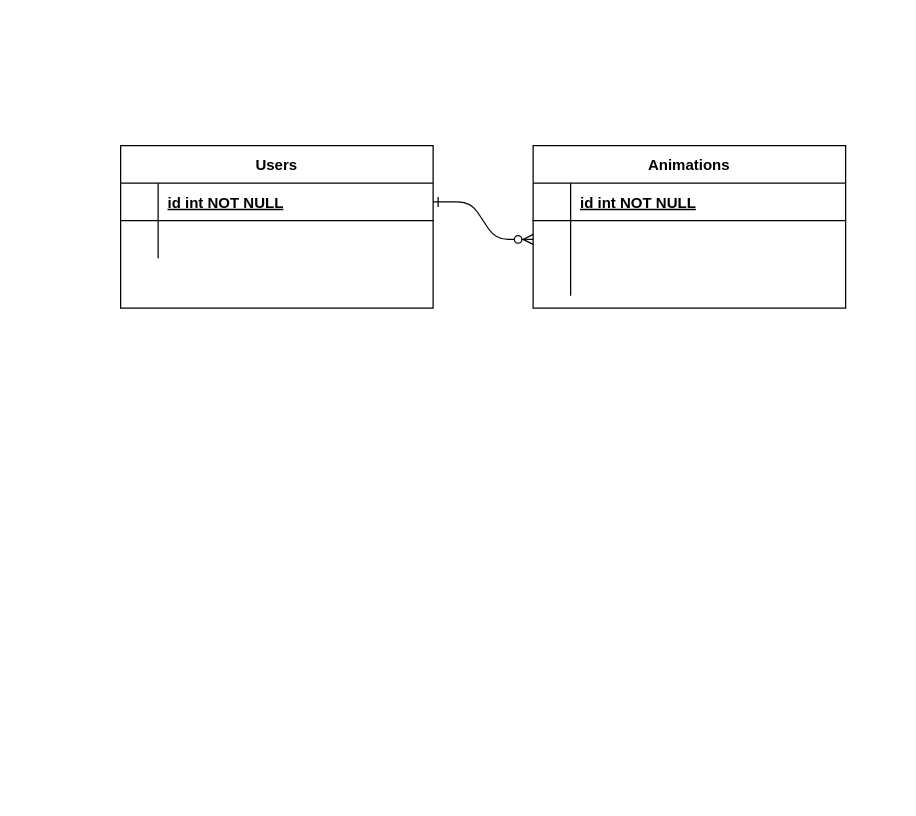
This is diagram/er.drawio from yiRMT/Onomation-Backend, a draw.io file, before an edit. Source tidied: cells renumbered, new cells numbered last; positions are measured from the earlier drawing's top-left corner, leaving out a move shared by most shapes. Both pictures are drawn from the tidied source at 125%, with x=0, y=0 at pixel (120, 145).
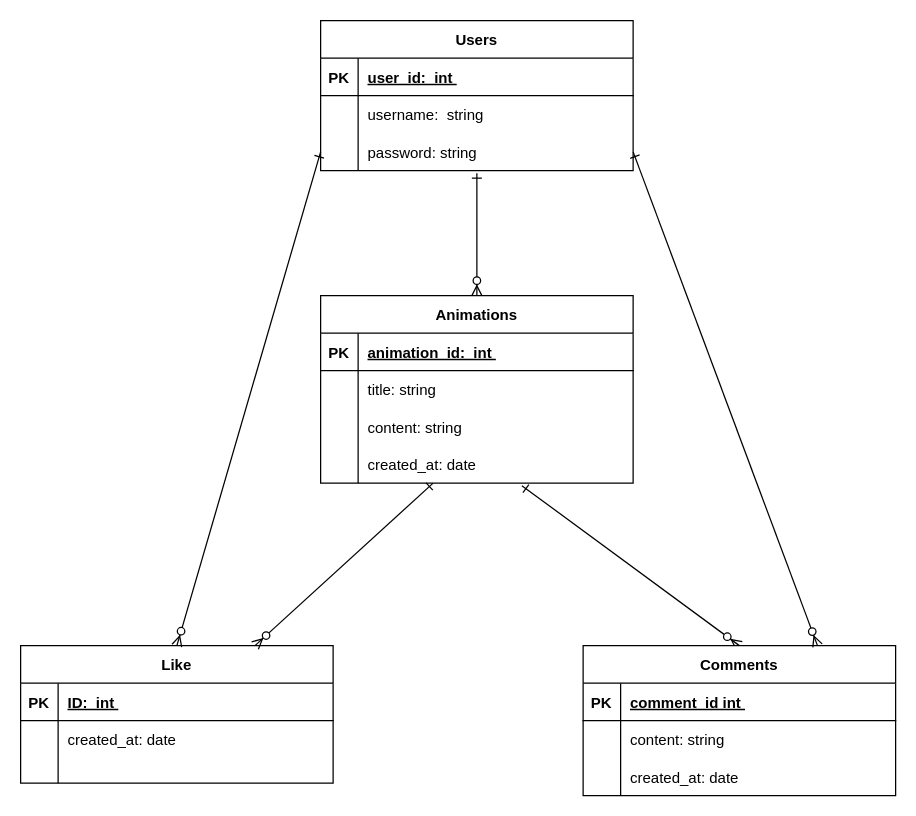
After the change.

Diff of the diagram source:
```diff
@@
-    <mxCell id="2" style="edgeStyle=entityRelationEdgeStyle;endArrow=ERzeroToMany;startArrow=ERone;endFill=1;startFill=0;" parent="1" edge="1" source="14" target="7">
-      <mxGeometry relative="1" as="geometry" />
-    </mxCell>
+    <mxCell id="20" style="endArrow=ERzeroToMany;startArrow=ERone;endFill=1;startFill=0;entryX=0.5;entryY=0;entryDx=0;entryDy=0;exitX=0.5;exitY=1.067;exitDx=0;exitDy=0;exitPerimeter=0;" parent="1" edge="1" source="50" target="3">
+      <mxGeometry relative="1" as="geometry" />
+    </mxCell>
+    <mxCell id="21" style="endArrow=ERzeroToMany;startArrow=ERone;endFill=1;startFill=0;entryX=0.5;entryY=0;entryDx=0;entryDy=0;exitX=0.644;exitY=1.067;exitDx=0;exitDy=0;exitPerimeter=0;" parent="1" edge="1" source="31" target="34">
+      <mxGeometry relative="1" as="geometry" />
+    </mxCell>
     <mxCell id="3" value="Animations" style="shape=table;startSize=30;childLayout=tableLayout;rowLines=0;fontStyle=1;align=center;" parent="1" vertex="1">
-      <mxGeometry x="330" width="250" height="130" as="geometry" />
+      <mxGeometry x="160" y="120" width="250" height="150" as="geometry" />
     </mxCell>
-    <mxCell id="4" style="shape=partialRectangle;fillColor=none;top=0;left=0;right=0;bottom=1;" parent="3" vertex="1">
-      <mxGeometry y="30" width="250" height="30" as="geometry" />
-    </mxCell>
-    <mxCell id="5" style="shape=partialRectangle;overflow=hidden;fillColor=none;top=0;left=0;bottom=0;right=0;fontStyle=1;" parent="4" vertex="1">
-      <mxGeometry width="30" height="30" as="geometry" />
-    </mxCell>
-    <mxCell id="6" value="id int NOT NULL " style="shape=partialRectangle;overflow=hidden;fillColor=none;top=0;left=0;bottom=0;right=0;align=left;spacingLeft=6;fontStyle=5;" parent="4" vertex="1">
-      <mxGeometry x="30" width="220" height="30" as="geometry" />
-    </mxCell>
-    <mxCell id="7" style="shape=partialRectangle;fillColor=none;points=[[0,0.5],[1,0.5]];portConstraint=eastwest;top=0;left=0;right=0;bottom=0;" parent="3" vertex="1">
-      <mxGeometry y="60" width="250" height="30" as="geometry" />
-    </mxCell>
-    <mxCell id="8" style="shape=partialRectangle;overflow=hidden;fillColor=none;top=0;left=0;bottom=0;right=0;" parent="7" vertex="1">
-      <mxGeometry width="30" height="30" as="geometry" />
-    </mxCell>
-    <mxCell id="9" style="shape=partialRectangle;overflow=hidden;fillColor=none;top=0;left=0;bottom=0;right=0;align=left;spacingLeft=6;" parent="7" vertex="1">
-      <mxGeometry x="30" width="220" height="30" as="geometry" />
-    </mxCell>
-    <mxCell id="10" style="shape=partialRectangle;fillColor=none;top=0;left=0;right=0;bottom=0;" parent="3" vertex="1">
-      <mxGeometry y="90" width="250" height="30" as="geometry" />
-    </mxCell>
-    <mxCell id="11" style="shape=partialRectangle;overflow=hidden;fillColor=none;top=0;left=0;bottom=0;right=0;" parent="10" vertex="1">
-      <mxGeometry width="30" height="30" as="geometry" />
-    </mxCell>
-    <mxCell id="12" style="shape=partialRectangle;overflow=hidden;fillColor=none;top=0;left=0;bottom=0;right=0;align=left;spacingLeft=6;" parent="10" vertex="1">
-      <mxGeometry x="30" width="220" height="30" as="geometry" />
-    </mxCell>
+    <mxCell id="22" style="shape=partialRectangle;fillColor=none;top=0;left=0;right=0;bottom=1;" parent="3" vertex="1">
+      <mxGeometry y="30" width="250" height="30" as="geometry" />
+    </mxCell>
+    <mxCell id="23" value="PK" style="shape=partialRectangle;overflow=hidden;fillColor=none;top=0;left=0;bottom=0;right=0;fontStyle=1;" parent="22" vertex="1">
+      <mxGeometry width="30" height="30" as="geometry" />
+    </mxCell>
+    <mxCell id="24" value="animation_id:  int " style="shape=partialRectangle;overflow=hidden;fillColor=none;top=0;left=0;bottom=0;right=0;align=left;spacingLeft=6;fontStyle=5;" parent="22" vertex="1">
+      <mxGeometry x="30" width="220" height="30" as="geometry" />
+    </mxCell>
+    <mxCell id="25" style="shape=partialRectangle;fillColor=none;top=0;left=0;right=0;bottom=0;" parent="3" vertex="1">
+      <mxGeometry y="60" width="250" height="30" as="geometry" />
+    </mxCell>
+    <mxCell id="26" style="shape=partialRectangle;overflow=hidden;fillColor=none;top=0;left=0;bottom=0;right=0;" parent="25" vertex="1">
+      <mxGeometry width="30" height="30" as="geometry" />
+    </mxCell>
+    <mxCell id="27" value="title: string" style="shape=partialRectangle;overflow=hidden;fillColor=none;top=0;left=0;bottom=0;right=0;align=left;spacingLeft=6;" parent="25" vertex="1">
+      <mxGeometry x="30" width="220" height="30" as="geometry" />
+    </mxCell>
+    <mxCell id="28" style="shape=partialRectangle;fillColor=none;top=0;left=0;right=0;bottom=0;" parent="3" vertex="1">
+      <mxGeometry y="90" width="250" height="30" as="geometry" />
+    </mxCell>
+    <mxCell id="29" style="shape=partialRectangle;overflow=hidden;fillColor=none;top=0;left=0;bottom=0;right=0;" parent="28" vertex="1">
+      <mxGeometry width="30" height="30" as="geometry" />
+    </mxCell>
+    <mxCell id="30" value="content: string" style="shape=partialRectangle;overflow=hidden;fillColor=none;top=0;left=0;bottom=0;right=0;align=left;spacingLeft=6;" parent="28" vertex="1">
+      <mxGeometry x="30" width="220" height="30" as="geometry" />
+    </mxCell>
+    <mxCell id="31" style="shape=partialRectangle;fillColor=none;points=[[0,0.5],[1,0.5]];portConstraint=eastwest;top=0;left=0;right=0;bottom=0;" parent="3" vertex="1">
+      <mxGeometry y="120" width="250" height="30" as="geometry" />
+    </mxCell>
+    <mxCell id="32" style="shape=partialRectangle;overflow=hidden;fillColor=none;top=0;left=0;bottom=0;right=0;" parent="31" vertex="1">
+      <mxGeometry width="30" height="30" as="geometry" />
+    </mxCell>
+    <mxCell id="33" value="created_at: date " style="shape=partialRectangle;overflow=hidden;fillColor=none;top=0;left=0;bottom=0;right=0;align=left;spacingLeft=6;" parent="31" vertex="1">
+      <mxGeometry x="30" width="220" height="30" as="geometry" />
+    </mxCell>
+    <mxCell id="34" value="Comments" style="shape=table;startSize=30;childLayout=tableLayout;rowLines=0;fontStyle=1;align=center;" parent="1" vertex="1">
+      <mxGeometry x="370" y="400" width="250" height="120" as="geometry" />
+    </mxCell>
+    <mxCell id="35" style="shape=partialRectangle;fillColor=none;top=0;left=0;right=0;bottom=1;" parent="34" vertex="1">
+      <mxGeometry y="30" width="250" height="30" as="geometry" />
+    </mxCell>
+    <mxCell id="36" value="PK" style="shape=partialRectangle;overflow=hidden;fillColor=none;top=0;left=0;bottom=0;right=0;fontStyle=1;" parent="35" vertex="1">
+      <mxGeometry width="30" height="30" as="geometry" />
+    </mxCell>
+    <mxCell id="37" value="comment_id int " style="shape=partialRectangle;overflow=hidden;fillColor=none;top=0;left=0;bottom=0;right=0;align=left;spacingLeft=6;fontStyle=5;" parent="35" vertex="1">
+      <mxGeometry x="30" width="220" height="30" as="geometry" />
+    </mxCell>
+    <mxCell id="38" style="shape=partialRectangle;fillColor=none;top=0;left=0;right=0;bottom=0;" parent="34" vertex="1">
+      <mxGeometry y="60" width="250" height="30" as="geometry" />
+    </mxCell>
+    <mxCell id="39" style="shape=partialRectangle;overflow=hidden;fillColor=none;top=0;left=0;bottom=0;right=0;" parent="38" vertex="1">
+      <mxGeometry width="30" height="30" as="geometry" />
+    </mxCell>
+    <mxCell id="40" value="content: string" style="shape=partialRectangle;overflow=hidden;fillColor=none;top=0;left=0;bottom=0;right=0;align=left;spacingLeft=6;" parent="38" vertex="1">
+      <mxGeometry x="30" width="220" height="30" as="geometry" />
+    </mxCell>
+    <mxCell id="41" style="shape=partialRectangle;fillColor=none;top=0;left=0;right=0;bottom=0;" parent="34" vertex="1">
+      <mxGeometry y="90" width="250" height="30" as="geometry" />
+    </mxCell>
+    <mxCell id="42" style="shape=partialRectangle;overflow=hidden;fillColor=none;top=0;left=0;bottom=0;right=0;" parent="41" vertex="1">
+      <mxGeometry width="30" height="30" as="geometry" />
+    </mxCell>
+    <mxCell id="43" value="created_at: date " style="shape=partialRectangle;overflow=hidden;fillColor=none;top=0;left=0;bottom=0;right=0;align=left;spacingLeft=6;" parent="41" vertex="1">
+      <mxGeometry x="30" width="220" height="30" as="geometry" />
+    </mxCell>
     <mxCell id="13" value="Users" style="shape=table;startSize=30;childLayout=tableLayout;rowLines=0;fontStyle=1;align=center;" parent="1" vertex="1">
-      <mxGeometry width="250" height="130" as="geometry" />
+      <mxGeometry x="160" y="-100" width="250" height="120" as="geometry" />
     </mxCell>
-    <mxCell id="14" style="shape=partialRectangle;fillColor=none;points=[[0,0.5],[1,0.5]];portConstraint=eastwest;top=0;left=0;right=0;bottom=1;" parent="13" vertex="1">
-      <mxGeometry y="30" width="250" height="30" as="geometry" />
-    </mxCell>
-    <mxCell id="15" style="shape=partialRectangle;overflow=hidden;fillColor=none;top=0;left=0;bottom=0;right=0;fontStyle=1;" parent="14" vertex="1">
-      <mxGeometry width="30" height="30" as="geometry" />
-    </mxCell>
-    <mxCell id="16" value="id int NOT NULL " style="shape=partialRectangle;overflow=hidden;fillColor=none;top=0;left=0;bottom=0;right=0;align=left;spacingLeft=6;fontStyle=5;" parent="14" vertex="1">
-      <mxGeometry x="30" width="220" height="30" as="geometry" />
-    </mxCell>
-    <mxCell id="17" style="shape=partialRectangle;fillColor=none;top=0;left=0;right=0;bottom=0;" parent="13" vertex="1">
-      <mxGeometry y="60" width="250" height="30" as="geometry" />
-    </mxCell>
-    <mxCell id="18" style="shape=partialRectangle;overflow=hidden;fillColor=none;top=0;left=0;bottom=0;right=0;" parent="17" vertex="1">
-      <mxGeometry width="30" height="30" as="geometry" />
-    </mxCell>
-    <mxCell id="19" style="shape=partialRectangle;overflow=hidden;fillColor=none;top=0;left=0;bottom=0;right=0;align=left;spacingLeft=6;" parent="17" vertex="1">
-      <mxGeometry x="30" width="220" height="30" as="geometry" />
-    </mxCell>
+    <mxCell id="44" style="shape=partialRectangle;fillColor=none;top=0;left=0;right=0;bottom=1;" parent="13" vertex="1">
+      <mxGeometry y="30" width="250" height="30" as="geometry" />
+    </mxCell>
+    <mxCell id="45" value="PK" style="shape=partialRectangle;overflow=hidden;fillColor=none;top=0;left=0;bottom=0;right=0;fontStyle=1;" parent="44" vertex="1">
+      <mxGeometry width="30" height="30" as="geometry" />
+    </mxCell>
+    <mxCell id="46" value="user_id:  int " style="shape=partialRectangle;overflow=hidden;fillColor=none;top=0;left=0;bottom=0;right=0;align=left;spacingLeft=6;fontStyle=5;" parent="44" vertex="1">
+      <mxGeometry x="30" width="220" height="30" as="geometry" />
+    </mxCell>
+    <mxCell id="47" style="shape=partialRectangle;fillColor=none;top=0;left=0;right=0;bottom=0;" parent="13" vertex="1">
+      <mxGeometry y="60" width="250" height="30" as="geometry" />
+    </mxCell>
+    <mxCell id="48" style="shape=partialRectangle;overflow=hidden;fillColor=none;top=0;left=0;bottom=0;right=0;" parent="47" vertex="1">
+      <mxGeometry width="30" height="30" as="geometry" />
+    </mxCell>
+    <mxCell id="49" value="username:  string" style="shape=partialRectangle;overflow=hidden;fillColor=none;top=0;left=0;bottom=0;right=0;align=left;spacingLeft=6;" parent="47" vertex="1">
+      <mxGeometry x="30" width="220" height="30" as="geometry" />
+    </mxCell>
+    <mxCell id="50" style="shape=partialRectangle;fillColor=none;points=[[0,0.5],[1,0.5]];portConstraint=eastwest;top=0;left=0;right=0;bottom=0;" parent="13" vertex="1">
+      <mxGeometry y="90" width="250" height="30" as="geometry" />
+    </mxCell>
+    <mxCell id="51" style="shape=partialRectangle;overflow=hidden;fillColor=none;top=0;left=0;bottom=0;right=0;" parent="50" vertex="1">
+      <mxGeometry width="30" height="30" as="geometry" />
+    </mxCell>
+    <mxCell id="52" value="password: string" style="shape=partialRectangle;overflow=hidden;fillColor=none;top=0;left=0;bottom=0;right=0;align=left;spacingLeft=6;" parent="50" vertex="1">
+      <mxGeometry x="30" width="220" height="30" as="geometry" />
+    </mxCell>
+    <mxCell id="53" value="Like" style="shape=table;startSize=30;childLayout=tableLayout;rowLines=0;fontStyle=1;align=center;" parent="1" vertex="1">
+      <mxGeometry x="-80" y="400" width="250" height="110" as="geometry" />
+    </mxCell>
+    <mxCell id="54" style="shape=partialRectangle;fillColor=none;top=0;left=0;right=0;bottom=1;" parent="53" vertex="1">
+      <mxGeometry y="30" width="250" height="30" as="geometry" />
+    </mxCell>
+    <mxCell id="55" value="PK" style="shape=partialRectangle;overflow=hidden;fillColor=none;top=0;left=0;bottom=0;right=0;fontStyle=1;" parent="54" vertex="1">
+      <mxGeometry width="30" height="30" as="geometry" />
+    </mxCell>
+    <mxCell id="56" value="ID:  int " style="shape=partialRectangle;overflow=hidden;fillColor=none;top=0;left=0;bottom=0;right=0;align=left;spacingLeft=6;fontStyle=5;" parent="54" vertex="1">
+      <mxGeometry x="30" width="220" height="30" as="geometry" />
+    </mxCell>
+    <mxCell id="57" style="shape=partialRectangle;fillColor=none;top=0;left=0;right=0;bottom=0;" parent="53" vertex="1">
+      <mxGeometry y="60" width="250" height="30" as="geometry" />
+    </mxCell>
+    <mxCell id="58" style="shape=partialRectangle;overflow=hidden;fillColor=none;top=0;left=0;bottom=0;right=0;" parent="57" vertex="1">
+      <mxGeometry width="30" height="30" as="geometry" />
+    </mxCell>
+    <mxCell id="59" value="created_at: date" style="shape=partialRectangle;overflow=hidden;fillColor=none;top=0;left=0;bottom=0;right=0;align=left;spacingLeft=6;" parent="57" vertex="1">
+      <mxGeometry x="30" width="220" height="30" as="geometry" />
+    </mxCell>
+    <mxCell id="60" style="shape=partialRectangle;fillColor=none;top=0;left=0;right=0;bottom=0;" parent="53" vertex="1">
+      <mxGeometry y="90" width="250" height="20" as="geometry" />
+    </mxCell>
+    <mxCell id="61" style="shape=partialRectangle;overflow=hidden;fillColor=none;top=0;left=0;bottom=0;right=0;" parent="60" vertex="1">
+      <mxGeometry width="30" height="20" as="geometry" />
+    </mxCell>
+    <mxCell id="62" style="shape=partialRectangle;overflow=hidden;fillColor=none;top=0;left=0;bottom=0;right=0;align=left;spacingLeft=6;" parent="60" vertex="1">
+      <mxGeometry x="30" width="220" height="20" as="geometry" />
+    </mxCell>
+    <mxCell id="63" style="endArrow=ERzeroToMany;startArrow=ERone;endFill=1;startFill=0;entryX=0.5;entryY=0;entryDx=0;entryDy=0;exitX=0;exitY=0.5;exitDx=0;exitDy=0;" parent="1" edge="1" source="50" target="53">
+      <mxGeometry relative="1" as="geometry" />
+    </mxCell>
+    <mxCell id="64" style="endArrow=ERzeroToMany;startArrow=ERone;endFill=1;startFill=0;entryX=0.75;entryY=0;entryDx=0;entryDy=0;exitX=1;exitY=0.5;exitDx=0;exitDy=0;" parent="1" edge="1" source="50" target="34">
+      <mxGeometry relative="1" as="geometry" />
+    </mxCell>
+    <mxCell id="65" style="endArrow=ERzeroToMany;startArrow=ERone;endFill=1;startFill=0;entryX=0.75;entryY=0;entryDx=0;entryDy=0;exitX=0.5;exitY=1;exitDx=0;exitDy=0;" parent="1" edge="1" target="53">
+      <mxGeometry relative="1" as="geometry">
+        <mxPoint x="250" y="270" as="sourcePoint" />
+      </mxGeometry>
+    </mxCell>
```
